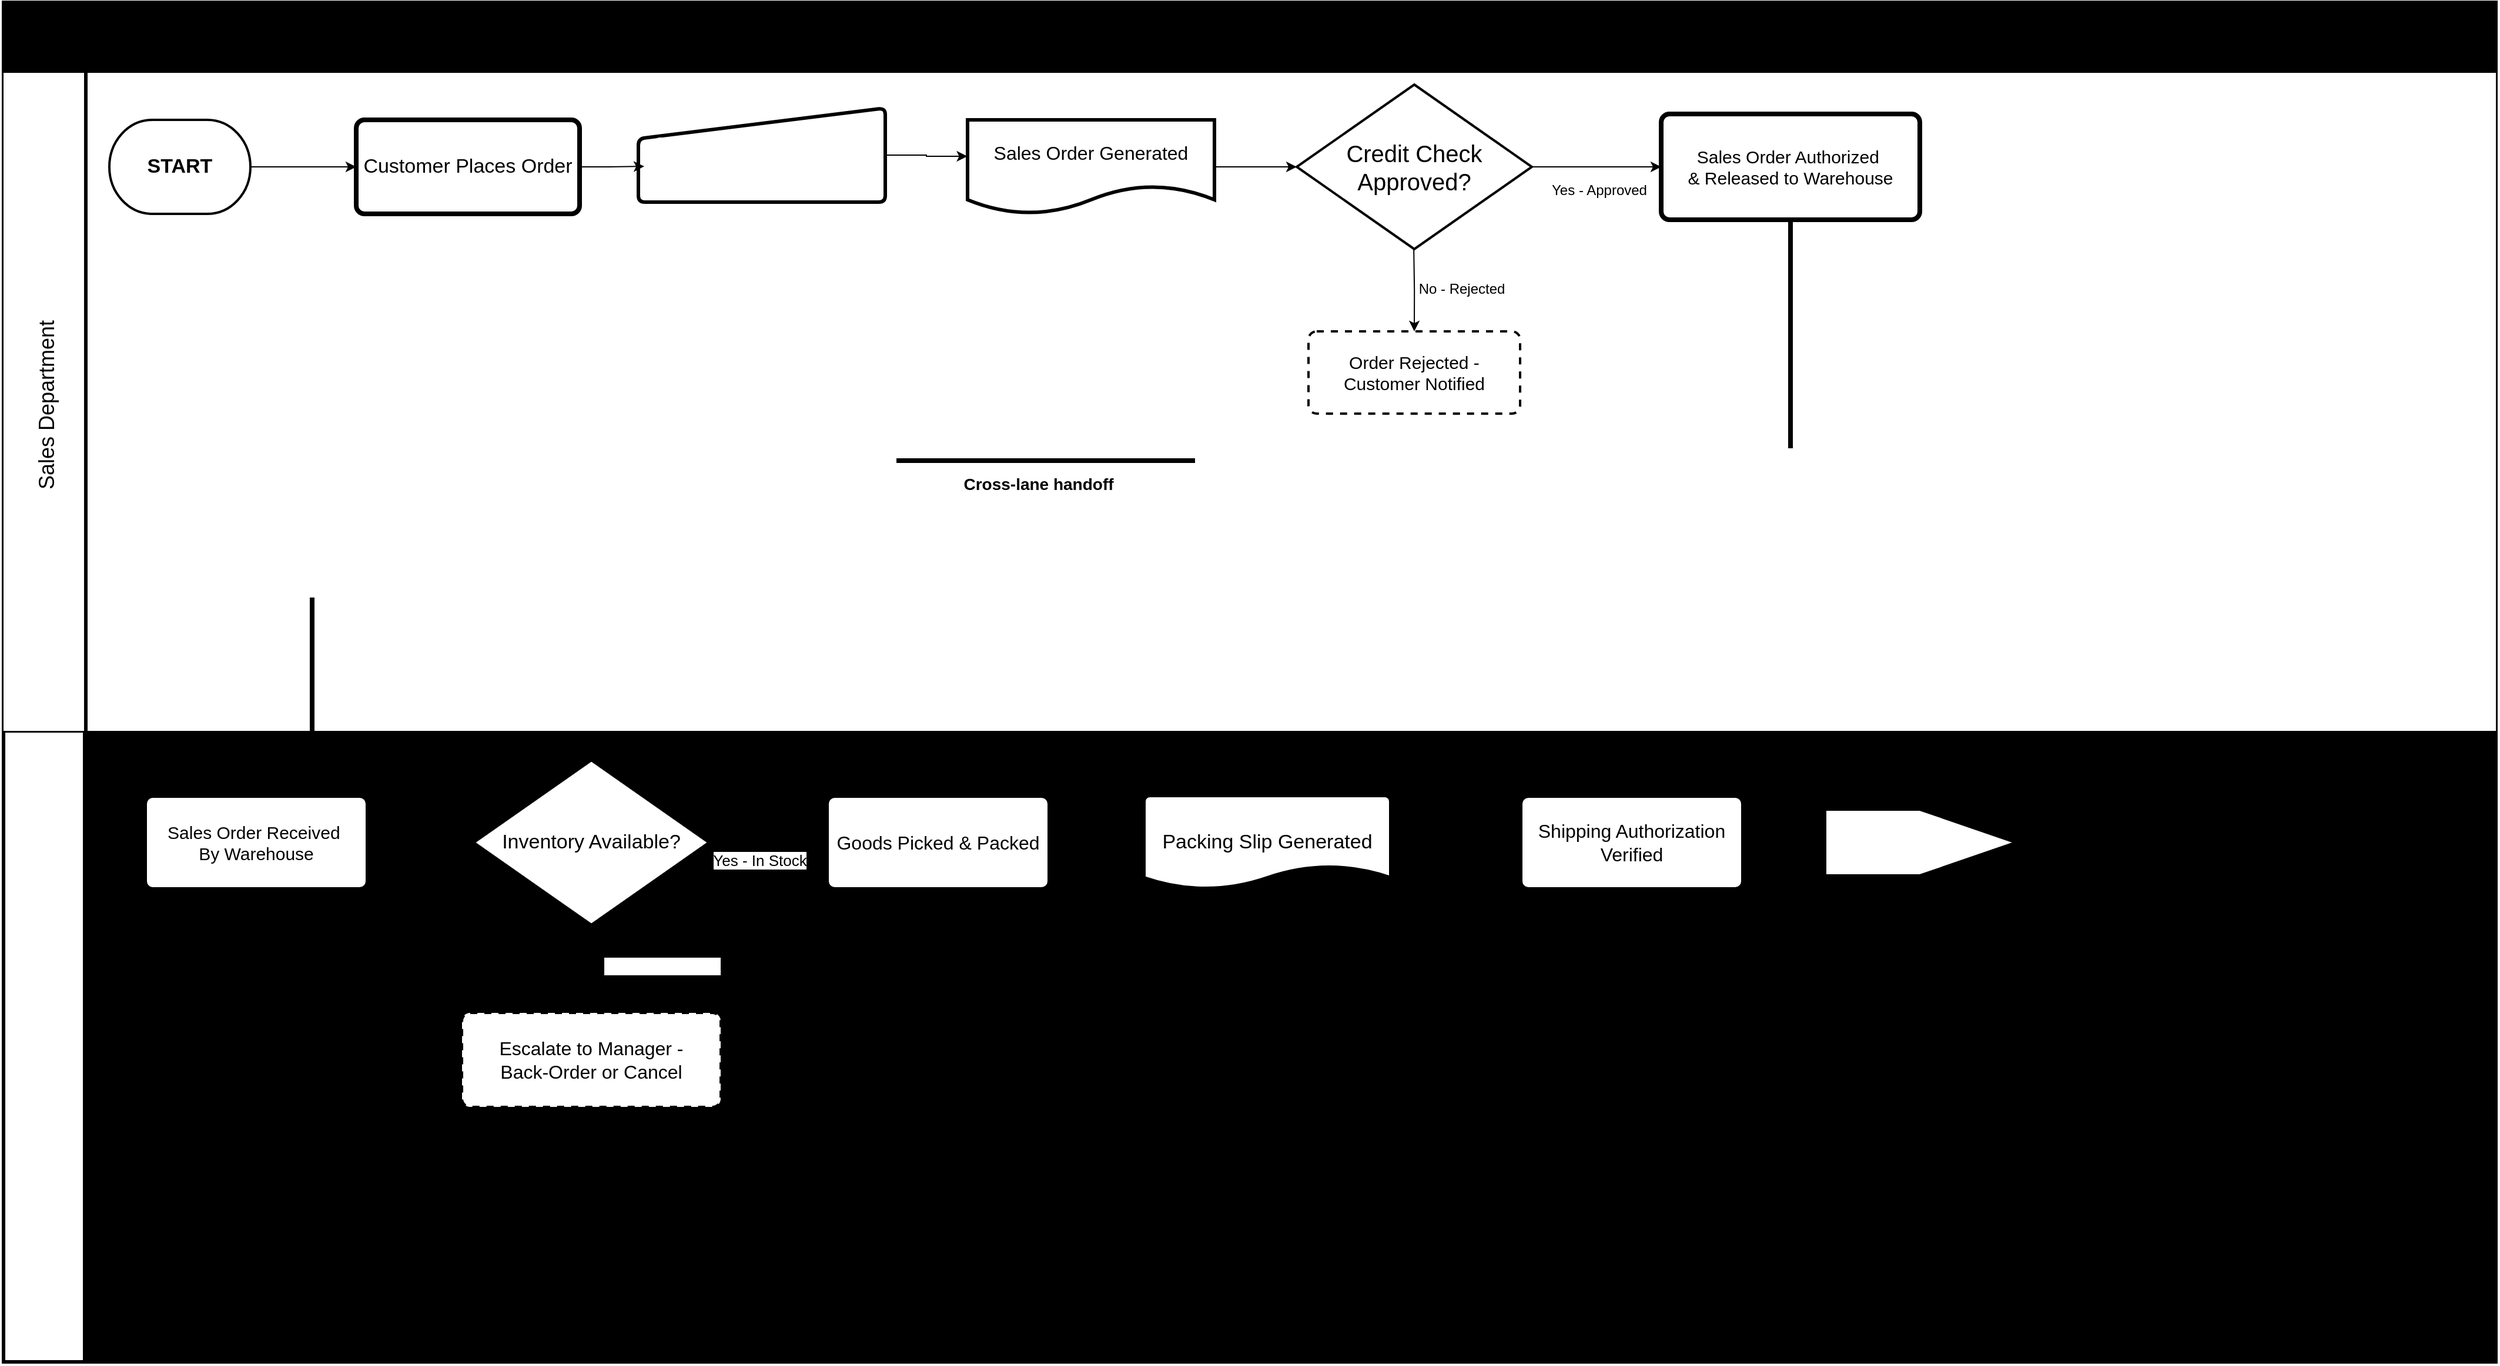
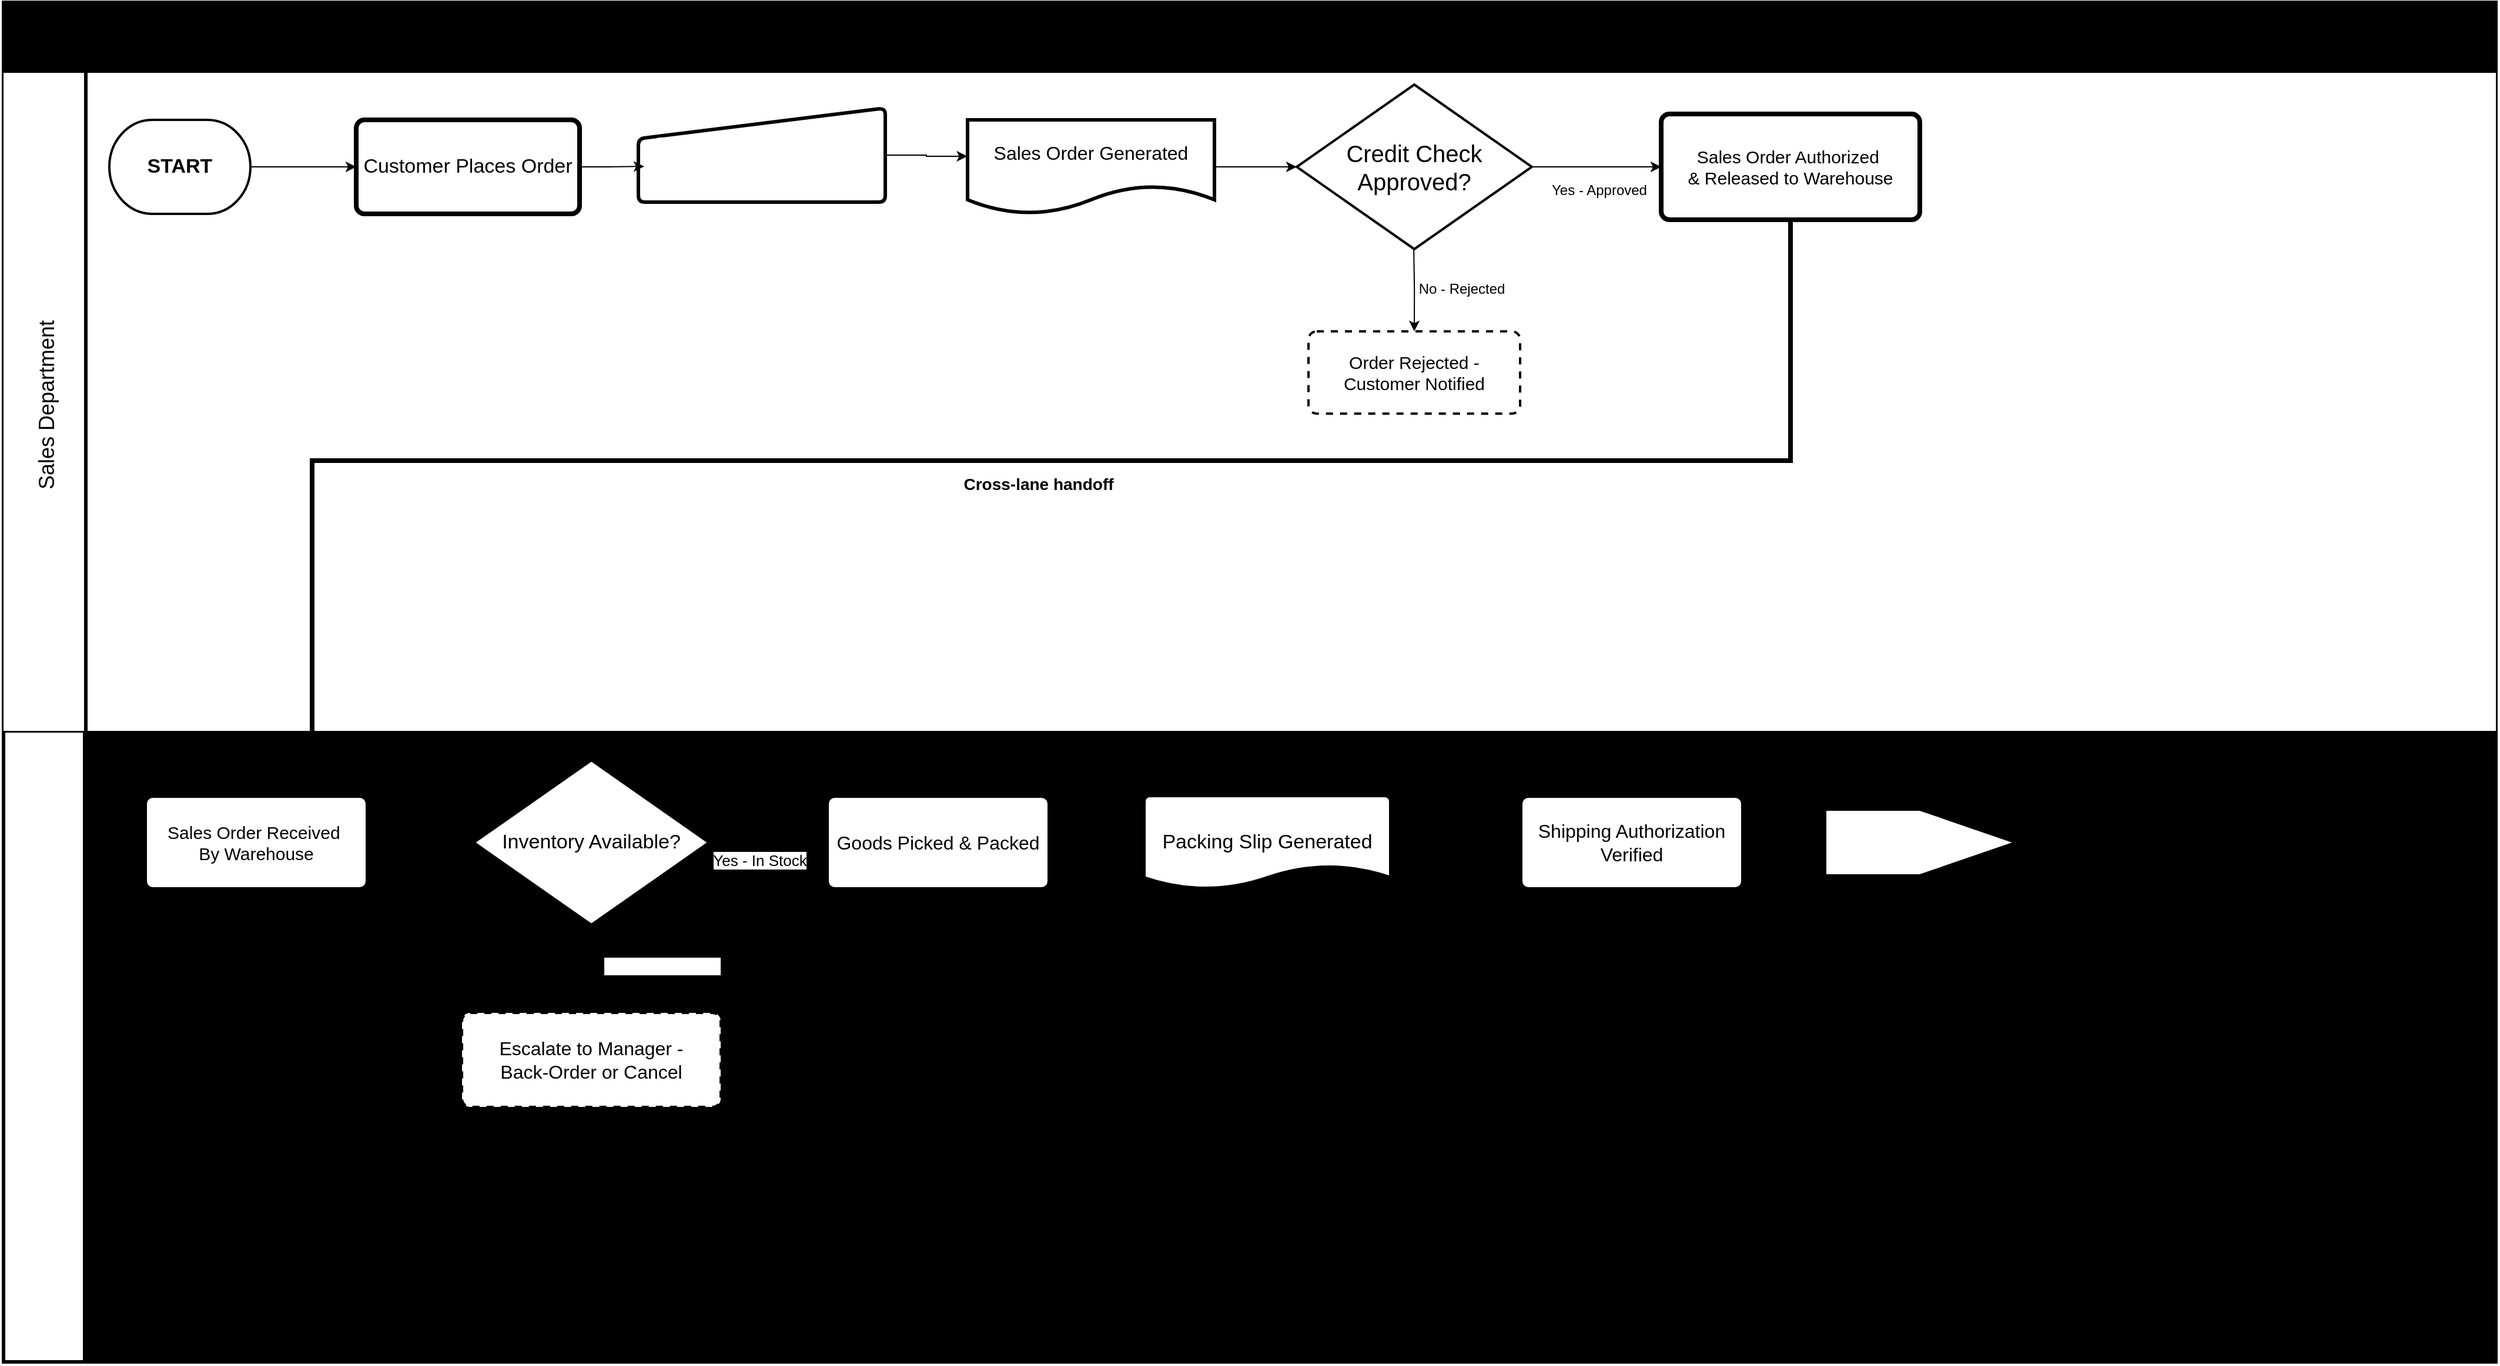
<mxfile host="app.diagrams.net" pages="2">
  <diagram name="Page-1" id="JuwPx92q4KAnNjeC5ImY">
    <mxGraphModel dx="9302" dy="6952" grid="1" gridSize="10" guides="1" tooltips="1" connect="1" arrows="1" fold="1" page="1" pageScale="1" pageWidth="1100" pageHeight="850" math="0" shadow="0">
      <root>
        <mxCell id="0" />
        <mxCell id="1" parent="0" />
        <mxCell id="NQ8u1UKUMeSrLokraIQ_-5" parent="1" style="shape=table;childLayout=tableLayout;startSize=60;collapsible=0;recursiveResize=0;expand=0;fontSize=23;fontColor=light-dark(#000000,#FF8000);fontStyle=1;labelBackgroundColor=none;labelBorderColor=none;fillColor=light-dark(#000000,#1A1A1A);strokeWidth=3;direction=east;perimeterSpacing=2;strokeColor=light-dark(#000000,#FFFFFF);" value="Kissena Bakery — Revenue Cycle (Order-to-Cash)" vertex="1">
          <mxGeometry height="1157" width="2120" x="-7660" y="-5930" as="geometry" />
        </mxCell>
        <mxCell id="NQ8u1UKUMeSrLokraIQ_-6" parent="NQ8u1UKUMeSrLokraIQ_-5" style="shape=tableRow;horizontal=0;swimlaneHead=0;swimlaneBody=0;top=0;left=0;strokeColor=inherit;bottom=0;right=0;dropTarget=0;fontStyle=0;fillColor=light-dark(#FFFFFF,#009900);points=[[0,0.5],[1,0.5]];portConstraint=eastwest;startSize=70;collapsible=0;recursiveResize=0;expand=0;fontSize=18;strokeWidth=3;labelBorderColor=none;rounded=0;swimlaneLine=1;swimlaneFillColor=light-dark(#FFFFFF,#000000);" value="Sales Department " vertex="1">
          <mxGeometry height="560" width="2120" y="60" as="geometry" />
        </mxCell>
        <mxCell id="NQ8u1UKUMeSrLokraIQ_-7" parent="NQ8u1UKUMeSrLokraIQ_-6" style="swimlane;swimlaneHead=0;swimlaneBody=0;fontStyle=0;strokeColor=inherit;connectable=0;fillColor=light-dark(transparent,#FFF4C3);startSize=0;collapsible=0;recursiveResize=0;expand=0;fontSize=16;fontColor=light-dark(#000000,#000000);strokeWidth=4;" value="" vertex="1">
          <mxGeometry height="560" width="2050" x="70" as="geometry">
            <mxRectangle height="560" width="2050" as="alternateBounds" />
          </mxGeometry>
        </mxCell>
        <mxCell id="NQ8u1UKUMeSrLokraIQ_-40" edge="1" parent="NQ8u1UKUMeSrLokraIQ_-7" source="NQ8u1UKUMeSrLokraIQ_-38" style="edgeStyle=orthogonalEdgeStyle;rounded=0;orthogonalLoop=1;jettySize=auto;html=1;exitX=1;exitY=0.5;exitDx=0;exitDy=0;exitPerimeter=0;entryX=0;entryY=0.5;entryDx=0;entryDy=0;" target="NQ8u1UKUMeSrLokraIQ_-39">
          <mxGeometry relative="1" as="geometry" />
        </mxCell>
        <mxCell id="NQ8u1UKUMeSrLokraIQ_-38" parent="NQ8u1UKUMeSrLokraIQ_-7" style="strokeWidth=2;html=1;shape=mxgraph.flowchart.terminator;whiteSpace=wrap;fillColor=light-dark(#FFFFFF,#99FF99);strokeColor=light-dark(#000000,#009900);" value="&lt;b&gt;&lt;font style=&quot;font-size: 17px; color: light-dark(rgb(0, 0, 0), rgb(0, 0, 0));&quot;&gt;START&lt;/font&gt;&lt;/b&gt;" vertex="1">
          <mxGeometry height="80" width="120" x="20" y="40" as="geometry" />
        </mxCell>
        <mxCell id="NQ8u1UKUMeSrLokraIQ_-39" parent="NQ8u1UKUMeSrLokraIQ_-7" style="rounded=1;whiteSpace=wrap;html=1;absoluteArcSize=1;arcSize=14;strokeWidth=4;fillColor=light-dark(#FFFFFF,#FFF2CC);strokeColor=light-dark(#000000,#6600CC);" value="&lt;font style=&quot;font-size: 17px; color: light-dark(rgb(0, 0, 0), rgb(0, 0, 0));&quot;&gt;Customer Places Order&lt;/font&gt;" vertex="1">
          <mxGeometry height="80" width="190" x="230" y="40" as="geometry" />
        </mxCell>
        <mxCell id="NQ8u1UKUMeSrLokraIQ_-42" parent="NQ8u1UKUMeSrLokraIQ_-7" style="html=1;strokeWidth=3;shape=manualInput;boundedLbl=1;whiteSpace=wrap;rounded=1;size=26;arcSize=11;fillColor=light-dark(#FFFFFF,#CCE5FF);strokeColor=light-dark(#000000,#3399FF);fontColor=light-dark(#000000,#000000);" value="&lt;font style=&quot;color: light-dark(rgb(255, 255, 255), rgb(0, 0, 0)); font-size: 16px;&quot;&gt;Order Details Entered into System&lt;/font&gt;" vertex="1">
          <mxGeometry height="80" width="210" x="470" y="30" as="geometry" />
        </mxCell>
        <mxCell id="NQ8u1UKUMeSrLokraIQ_-43" edge="1" parent="NQ8u1UKUMeSrLokraIQ_-7" source="NQ8u1UKUMeSrLokraIQ_-39" style="edgeStyle=orthogonalEdgeStyle;rounded=0;orthogonalLoop=1;jettySize=auto;html=1;exitX=1;exitY=0.5;exitDx=0;exitDy=0;entryX=0.024;entryY=0.62;entryDx=0;entryDy=0;entryPerimeter=0;endArrow=classic;endFill=1;" target="NQ8u1UKUMeSrLokraIQ_-42">
          <mxGeometry relative="1" as="geometry" />
        </mxCell>
        <mxCell id="NQ8u1UKUMeSrLokraIQ_-44" parent="NQ8u1UKUMeSrLokraIQ_-7" style="shape=document;whiteSpace=wrap;html=1;boundedLbl=1;fontFamily=Helvetica;fontSize=12;fontColor=light-dark(#000000,#000000);align=center;verticalAlign=middle;rounded=1;strokeColor=light-dark(#000000,#FF9933);strokeWidth=3;arcSize=11;fillColor=light-dark(#FFFFFF,#FFFF99);" value="&lt;font style=&quot;font-size: 16px;&quot;&gt;Sales Order Generated&lt;/font&gt;" vertex="1">
          <mxGeometry height="80" width="210" x="750" y="40" as="geometry" />
        </mxCell>
        <mxCell id="NQ8u1UKUMeSrLokraIQ_-45" edge="1" parent="NQ8u1UKUMeSrLokraIQ_-7" source="NQ8u1UKUMeSrLokraIQ_-42" style="edgeStyle=orthogonalEdgeStyle;rounded=0;orthogonalLoop=1;jettySize=auto;html=1;exitX=1;exitY=0.5;exitDx=0;exitDy=0;entryX=-0.001;entryY=0.388;entryDx=0;entryDy=0;entryPerimeter=0;" target="NQ8u1UKUMeSrLokraIQ_-44">
          <mxGeometry relative="1" as="geometry" />
        </mxCell>
        <mxCell id="NQ8u1UKUMeSrLokraIQ_-48" edge="1" parent="NQ8u1UKUMeSrLokraIQ_-7" style="edgeStyle=orthogonalEdgeStyle;rounded=0;orthogonalLoop=1;jettySize=auto;html=1;exitX=0.5;exitY=1;exitDx=0;exitDy=0;exitPerimeter=0;entryX=0.5;entryY=0;entryDx=0;entryDy=0;" target="NQ8u1UKUMeSrLokraIQ_-52">
          <mxGeometry relative="1" as="geometry">
            <mxPoint x="1129.57" y="150" as="sourcePoint" />
            <mxPoint x="1129.2842857142857" y="220" as="targetPoint" />
          </mxGeometry>
        </mxCell>
        <mxCell id="NQ8u1UKUMeSrLokraIQ_-50" connectable="0" parent="NQ8u1UKUMeSrLokraIQ_-48" style="edgeLabel;html=1;align=center;verticalAlign=middle;resizable=0;points=[];" value="&lt;font style=&quot;font-size: 12px; color: light-dark(rgb(0, 0, 0), rgb(255, 51, 51));&quot;&gt;No - Rejected&lt;/font&gt;" vertex="1">
          <mxGeometry relative="1" x="-0.0366" y="4" as="geometry">
            <mxPoint x="36" as="offset" />
          </mxGeometry>
        </mxCell>
        <mxCell id="NQ8u1UKUMeSrLokraIQ_-49" edge="1" parent="NQ8u1UKUMeSrLokraIQ_-7" source="NQ8u1UKUMeSrLokraIQ_-46" style="edgeStyle=orthogonalEdgeStyle;rounded=0;orthogonalLoop=1;jettySize=auto;html=1;exitX=1;exitY=0.5;exitDx=0;exitDy=0;exitPerimeter=0;entryX=0;entryY=0.5;entryDx=0;entryDy=0;" target="NQ8u1UKUMeSrLokraIQ_-53">
          <mxGeometry relative="1" as="geometry">
            <mxPoint x="1310" y="79.57142857142867" as="targetPoint" />
          </mxGeometry>
        </mxCell>
        <mxCell id="NQ8u1UKUMeSrLokraIQ_-51" connectable="0" parent="NQ8u1UKUMeSrLokraIQ_-49" style="edgeLabel;html=1;align=center;verticalAlign=middle;resizable=0;points=[];labelBackgroundColor=none;" value="&lt;font style=&quot;font-size: 12px; color: light-dark(rgb(0, 0, 0), rgb(0, 204, 0));&quot;&gt;Yes - Approved&lt;/font&gt;" vertex="1">
          <mxGeometry relative="1" x="-0.0053" y="-4" as="geometry">
            <mxPoint x="2" y="16" as="offset" />
          </mxGeometry>
        </mxCell>
        <mxCell id="NQ8u1UKUMeSrLokraIQ_-46" parent="NQ8u1UKUMeSrLokraIQ_-7" style="strokeWidth=2;html=1;shape=mxgraph.flowchart.decision;whiteSpace=wrap;fillColor=light-dark(#FFFFFF,#FF3333);strokeColor=light-dark(#000000,#990000);" value="&lt;font style=&quot;font-size: 20px;&quot;&gt;Credit Check Approved?&lt;/font&gt;" vertex="1">
          <mxGeometry height="140" width="200" x="1030" y="10" as="geometry" />
        </mxCell>
        <mxCell id="NQ8u1UKUMeSrLokraIQ_-47" edge="1" parent="NQ8u1UKUMeSrLokraIQ_-7" source="NQ8u1UKUMeSrLokraIQ_-44" style="edgeStyle=orthogonalEdgeStyle;rounded=0;orthogonalLoop=1;jettySize=auto;html=1;exitX=1;exitY=0.5;exitDx=0;exitDy=0;entryX=0;entryY=0.5;entryDx=0;entryDy=0;entryPerimeter=0;" target="NQ8u1UKUMeSrLokraIQ_-46">
          <mxGeometry relative="1" as="geometry" />
        </mxCell>
        <mxCell id="NQ8u1UKUMeSrLokraIQ_-52" parent="NQ8u1UKUMeSrLokraIQ_-7" style="rounded=1;whiteSpace=wrap;html=1;absoluteArcSize=1;arcSize=14;strokeWidth=2;dashed=1;fillColor=light-dark(#FFFFFF,#FF0000);strokeColor=light-dark(#000000,#FF6666);" value="&lt;font style=&quot;font-size: 15px;&quot;&gt;Order Rejected -&lt;/font&gt;&lt;div&gt;&lt;font style=&quot;font-size: 15px;&quot;&gt;Customer Notified&lt;/font&gt;&lt;/div&gt;" vertex="1">
          <mxGeometry height="70" width="180" x="1040" y="220" as="geometry" />
        </mxCell>
        <mxCell id="NQ8u1UKUMeSrLokraIQ_-53" parent="NQ8u1UKUMeSrLokraIQ_-7" style="rounded=1;whiteSpace=wrap;html=1;absoluteArcSize=1;arcSize=14;strokeWidth=4;fillColor=light-dark(#FFFFFF,#FFF2CC);strokeColor=light-dark(#000000,#6600CC);fontColor=default;align=center;verticalAlign=middle;fontFamily=Helvetica;fontSize=12;fontStyle=0;" value="&lt;font style=&quot;font-size: 15px; color: light-dark(rgb(0, 0, 0), rgb(0, 0, 0));&quot;&gt;Sales Order Authorized&amp;nbsp;&lt;/font&gt;&lt;div&gt;&lt;font style=&quot;font-size: 15px; color: light-dark(rgb(0, 0, 0), rgb(0, 0, 0));&quot;&gt;&amp;amp; Released to Warehouse&lt;/font&gt;&lt;/div&gt;" vertex="1">
          <mxGeometry height="90" width="220" x="1340" y="35" as="geometry" />
        </mxCell>
        <mxCell id="NQ8u1UKUMeSrLokraIQ_-10" parent="NQ8u1UKUMeSrLokraIQ_-5" style="shape=tableRow;horizontal=0;swimlaneHead=0;swimlaneBody=0;top=0;left=0;strokeColor=inherit;bottom=0;right=0;dropTarget=0;fontStyle=0;fillColor=light-dark(transparent,#007FFF);points=[[0,0.5],[1,0.5]];portConstraint=eastwest;startSize=70;collapsible=0;recursiveResize=0;expand=0;fontSize=19;strokeWidth=5;fontColor=light-dark(#FFFFFF,#FFFFFF);" value="Warehouse Department " vertex="1">
          <mxGeometry height="537" width="2120" y="620" as="geometry" />
        </mxCell>
        <mxCell id="NQ8u1UKUMeSrLokraIQ_-11" parent="NQ8u1UKUMeSrLokraIQ_-10" style="swimlane;swimlaneHead=0;swimlaneBody=0;fontStyle=0;connectable=0;strokeColor=inherit;fillColor=none;startSize=0;collapsible=0;recursiveResize=0;expand=0;fontSize=16;swimlaneFillColor=light-dark(#000000,#000000);strokeWidth=3;perimeterSpacing=0;gradientColor=none;" value="" vertex="1">
          <mxGeometry height="537" width="2050" x="70" as="geometry">
            <mxRectangle height="537" width="2050" as="alternateBounds" />
          </mxGeometry>
        </mxCell>
        <mxCell id="NQ8u1UKUMeSrLokraIQ_-56" parent="NQ8u1UKUMeSrLokraIQ_-11" style="rounded=1;whiteSpace=wrap;html=1;absoluteArcSize=1;arcSize=14;strokeWidth=4;strokeColor=light-dark(#000000,#6600CC);align=center;verticalAlign=middle;fontFamily=Helvetica;fontSize=15;fontColor=default;fillColor=light-dark(#FFFFFF,#FFF2CC);fontStyle=0;" value="&lt;span style=&quot;color: light-dark(rgb(0, 0, 0), rgb(0, 0, 0));&quot;&gt;Sales Order Received&amp;nbsp;&lt;/span&gt;&lt;div&gt;&lt;span style=&quot;color: light-dark(rgb(0, 0, 0), rgb(0, 0, 0));&quot;&gt;By Warehouse&lt;/span&gt;&lt;/div&gt;" vertex="1">
          <mxGeometry height="80" width="190" x="50" y="55" as="geometry" />
        </mxCell>
        <mxCell id="LMVtd4R09UDzkpf2iaQf-2" edge="1" parent="NQ8u1UKUMeSrLokraIQ_-11" source="NQ8u1UKUMeSrLokraIQ_-59" style="edgeStyle=orthogonalEdgeStyle;rounded=0;orthogonalLoop=1;jettySize=auto;html=1;exitX=1;exitY=0.5;exitDx=0;exitDy=0;exitPerimeter=0;entryX=0;entryY=0.5;entryDx=0;entryDy=0;" target="LMVtd4R09UDzkpf2iaQf-9">
          <mxGeometry relative="1" as="geometry">
            <mxPoint x="620" y="95.28571428571445" as="targetPoint" />
          </mxGeometry>
        </mxCell>
        <mxCell id="LMVtd4R09UDzkpf2iaQf-4" connectable="0" parent="LMVtd4R09UDzkpf2iaQf-2" style="edgeLabel;html=1;align=center;verticalAlign=middle;resizable=0;points=[];fontSize=13;" value="&lt;span style=&quot;color: light-dark(rgb(0, 0, 0), rgb(51, 255, 51));&quot;&gt;Yes - In Stock&lt;/span&gt;" vertex="1">
          <mxGeometry relative="1" x="-0.2152" y="-3" as="geometry">
            <mxPoint x="4" y="12" as="offset" />
          </mxGeometry>
        </mxCell>
        <mxCell id="LMVtd4R09UDzkpf2iaQf-3" edge="1" parent="NQ8u1UKUMeSrLokraIQ_-11" source="LMVtd4R09UDzkpf2iaQf-6" style="edgeStyle=orthogonalEdgeStyle;rounded=0;orthogonalLoop=1;jettySize=auto;html=1;exitX=0.5;exitY=0;exitDx=0;exitDy=0;entryX=0.5;entryY=0;entryDx=0;entryDy=0;" target="LMVtd4R09UDzkpf2iaQf-6">
          <mxGeometry relative="1" as="geometry">
            <mxPoint x="429.7142857142858" y="230" as="targetPoint" />
          </mxGeometry>
        </mxCell>
        <mxCell id="LMVtd4R09UDzkpf2iaQf-5" connectable="0" parent="LMVtd4R09UDzkpf2iaQf-3" style="edgeLabel;html=1;align=center;verticalAlign=middle;resizable=0;points=[];fontSize=13;" value="&lt;span style=&quot;color: light-dark(rgb(255, 255, 255), rgb(255, 0, 0));&quot;&gt;No - Out of Stock&lt;/span&gt;" vertex="1">
          <mxGeometry relative="1" x="-0.116" y="-2" as="geometry">
            <mxPoint x="60" y="-40" as="offset" />
          </mxGeometry>
        </mxCell>
        <mxCell id="LMVtd4R09UDzkpf2iaQf-8" edge="1" parent="NQ8u1UKUMeSrLokraIQ_-11" source="NQ8u1UKUMeSrLokraIQ_-59" style="edgeStyle=orthogonalEdgeStyle;rounded=0;orthogonalLoop=1;jettySize=auto;html=1;exitX=0.5;exitY=1;exitDx=0;exitDy=0;exitPerimeter=0;entryX=0.5;entryY=0;entryDx=0;entryDy=0;" target="LMVtd4R09UDzkpf2iaQf-6">
          <mxGeometry relative="1" as="geometry" />
        </mxCell>
        <mxCell id="NQ8u1UKUMeSrLokraIQ_-59" parent="NQ8u1UKUMeSrLokraIQ_-11" style="strokeWidth=2;html=1;shape=mxgraph.flowchart.decision;whiteSpace=wrap;strokeColor=light-dark(#000000,#990000);align=center;verticalAlign=middle;fontFamily=Helvetica;fontSize=12;fontColor=default;fillColor=light-dark(#FFFFFF,#FF3333);fontStyle=0;" value="&lt;font style=&quot;font-size: 17px;&quot;&gt;Inventory Available?&lt;/font&gt;" vertex="1">
          <mxGeometry height="140" width="200" x="330" y="25" as="geometry" />
        </mxCell>
        <mxCell id="LMVtd4R09UDzkpf2iaQf-1" edge="1" parent="NQ8u1UKUMeSrLokraIQ_-11" source="NQ8u1UKUMeSrLokraIQ_-56" style="edgeStyle=orthogonalEdgeStyle;rounded=0;orthogonalLoop=1;jettySize=auto;html=1;exitX=1;exitY=0.5;exitDx=0;exitDy=0;entryX=0;entryY=0.5;entryDx=0;entryDy=0;entryPerimeter=0;" target="NQ8u1UKUMeSrLokraIQ_-59">
          <mxGeometry relative="1" as="geometry" />
        </mxCell>
        <mxCell id="LMVtd4R09UDzkpf2iaQf-6" parent="NQ8u1UKUMeSrLokraIQ_-11" style="rounded=1;whiteSpace=wrap;html=1;absoluteArcSize=1;arcSize=14;strokeWidth=2;dashed=1;strokeColor=light-dark(#000000,#FF6666);align=center;verticalAlign=middle;fontFamily=Helvetica;fontSize=12;fontColor=default;fillColor=light-dark(#FFFFFF,#FF0000);" value="&lt;font style=&quot;font-size: 16px;&quot;&gt;Escalate to Manager -&lt;/font&gt;&lt;div&gt;&lt;font style=&quot;font-size: 16px;&quot;&gt;Back-Order or Cancel&lt;/font&gt;&lt;/div&gt;" vertex="1">
          <mxGeometry height="80" width="220" x="320" y="240" as="geometry" />
        </mxCell>
        <mxCell id="LMVtd4R09UDzkpf2iaQf-9" parent="NQ8u1UKUMeSrLokraIQ_-11" style="rounded=1;whiteSpace=wrap;html=1;absoluteArcSize=1;arcSize=14;strokeWidth=4;strokeColor=light-dark(#000000,#6600CC);align=center;verticalAlign=middle;fontFamily=Helvetica;fontSize=15;fontColor=default;fontStyle=0;fillColor=light-dark(#FFFFFF,#FFF2CC);" value="&lt;font style=&quot;font-size: 16px; color: light-dark(rgb(0, 0, 0), rgb(0, 0, 0));&quot;&gt;Goods Picked &amp;amp; Packed&lt;/font&gt;" vertex="1">
          <mxGeometry height="80" width="190" x="630" y="55" as="geometry" />
        </mxCell>
        <mxCell id="LMVtd4R09UDzkpf2iaQf-14" edge="1" parent="NQ8u1UKUMeSrLokraIQ_-11" source="LMVtd4R09UDzkpf2iaQf-11" style="edgeStyle=orthogonalEdgeStyle;rounded=0;orthogonalLoop=1;jettySize=auto;html=1;exitX=1;exitY=0.5;exitDx=0;exitDy=0;exitPerimeter=0;entryX=0;entryY=0.5;entryDx=0;entryDy=0;" target="LMVtd4R09UDzkpf2iaQf-13">
          <mxGeometry relative="1" as="geometry" />
        </mxCell>
        <mxCell id="LMVtd4R09UDzkpf2iaQf-11" parent="NQ8u1UKUMeSrLokraIQ_-11" style="strokeWidth=3;html=1;shape=mxgraph.flowchart.document2;whiteSpace=wrap;size=0.25;rounded=1;strokeColor=light-dark(#000000,#FF9933);align=center;verticalAlign=middle;arcSize=11;fontFamily=Helvetica;fontSize=12;fontColor=light-dark(#000000,#000000);fillColor=light-dark(#FFFFFF,#FFFF99);fontStyle=0;" value="&lt;font style=&quot;font-size: 17px;&quot;&gt;Packing Slip Generated&lt;/font&gt;" vertex="1">
          <mxGeometry height="80" width="210" x="900" y="55" as="geometry" />
        </mxCell>
        <mxCell id="LMVtd4R09UDzkpf2iaQf-12" edge="1" parent="NQ8u1UKUMeSrLokraIQ_-11" source="LMVtd4R09UDzkpf2iaQf-9" style="edgeStyle=orthogonalEdgeStyle;rounded=0;orthogonalLoop=1;jettySize=auto;html=1;exitX=1;exitY=0.5;exitDx=0;exitDy=0;entryX=0;entryY=0.5;entryDx=0;entryDy=0;entryPerimeter=0;" target="LMVtd4R09UDzkpf2iaQf-11">
          <mxGeometry relative="1" as="geometry" />
        </mxCell>
        <mxCell id="LMVtd4R09UDzkpf2iaQf-18" edge="1" parent="NQ8u1UKUMeSrLokraIQ_-11" source="LMVtd4R09UDzkpf2iaQf-13" style="edgeStyle=orthogonalEdgeStyle;rounded=0;orthogonalLoop=1;jettySize=auto;html=1;exitX=1;exitY=0.5;exitDx=0;exitDy=0;entryX=0.5;entryY=0;entryDx=0;entryDy=0;" target="LMVtd4R09UDzkpf2iaQf-15">
          <mxGeometry relative="1" as="geometry" />
        </mxCell>
        <mxCell id="LMVtd4R09UDzkpf2iaQf-13" parent="NQ8u1UKUMeSrLokraIQ_-11" style="rounded=1;whiteSpace=wrap;html=1;absoluteArcSize=1;arcSize=14;strokeWidth=4;strokeColor=light-dark(#000000,#6600CC);align=center;verticalAlign=middle;fontFamily=Helvetica;fontSize=15;fontColor=default;fontStyle=0;fillColor=light-dark(#FFFFFF,#FFF2CC);" value="&lt;font style=&quot;font-size: 16px; color: light-dark(rgb(0, 0, 0), rgb(0, 0, 0));&quot;&gt;Shipping Authorization Verified&lt;/font&gt;" vertex="1">
          <mxGeometry height="80" width="190" x="1220" y="55" as="geometry" />
        </mxCell>
        <mxCell id="LMVtd4R09UDzkpf2iaQf-15" parent="NQ8u1UKUMeSrLokraIQ_-11" style="verticalLabelPosition=bottom;verticalAlign=top;html=1;shape=offPageConnector;rounded=0;size=0.5;direction=north;" value="&lt;font style=&quot;font-size: 14px; color: light-dark(rgb(0, 0, 0), rgb(0, 127, 255));&quot;&gt;--&amp;gt; Continued Page 2&lt;/font&gt;" vertex="1">
          <mxGeometry height="55" width="160" x="1480" y="67.5" as="geometry" />
        </mxCell>
        <mxCell id="NQ8u1UKUMeSrLokraIQ_-57" edge="1" parent="NQ8u1UKUMeSrLokraIQ_-5" source="NQ8u1UKUMeSrLokraIQ_-53" style="edgeStyle=orthogonalEdgeStyle;rounded=0;orthogonalLoop=1;jettySize=auto;html=1;exitX=0.5;exitY=1;exitDx=0;exitDy=0;entryX=0.75;entryY=0;entryDx=0;entryDy=0;fontColor=light-dark(#000000,#00CC00);strokeWidth=4;strokeColor=light-dark(#000000,#00FF00);" target="NQ8u1UKUMeSrLokraIQ_-56">
          <mxGeometry relative="1" as="geometry">
            <Array as="points">
              <mxPoint x="1520" y="390" />
              <mxPoint x="262" y="390" />
            </Array>
          </mxGeometry>
        </mxCell>
        <mxCell id="IQ0tzG178icWLvpFkpBK-1" connectable="0" parent="NQ8u1UKUMeSrLokraIQ_-57" style="edgeLabel;html=1;align=center;verticalAlign=middle;resizable=0;points=[];fontSize=14;fontStyle=1" value="&lt;font&gt;Cross-lane hando&lt;/font&gt;ff" vertex="1">
          <mxGeometry relative="1" x="0.1582" y="5" as="geometry">
            <mxPoint x="167" y="15" as="offset" />
          </mxGeometry>
        </mxCell>
      </root>
    </mxGraphModel>
  </diagram>
  <diagram id="Lt2uOAXinN6M3lQ1_bZ1" name="Page 2">
    <mxGraphModel dx="961" dy="601" grid="1" gridSize="10" guides="1" tooltips="1" connect="1" arrows="1" fold="1" page="1" pageScale="1" pageWidth="1100" pageHeight="850" math="0" shadow="0">
      <root>
        <mxCell id="0" />
        <mxCell id="1" parent="0" />
        <mxCell id="kTi92M1A_U-DH4yxQuNy-5" parent="1" style="swimlane;startSize=40;horizontal=0;html=1;fillColor=light-dark(#FFFFFF,#007FFF);swimlaneFillColor=default;" value="&lt;font style=&quot;font-weight: normal; font-size: 14px;&quot;&gt;Warehouse Department&lt;/font&gt;" vertex="1">
          <mxGeometry height="210" width="1050" x="20" y="20" as="geometry" />
        </mxCell>
        <mxCell id="Q23-AGLQl7H3DGw6xpkb-1" edge="1" parent="kTi92M1A_U-DH4yxQuNy-5" source="NPYen-UkyxPZtTwgnnEa-1" style="edgeStyle=orthogonalEdgeStyle;rounded=0;orthogonalLoop=1;jettySize=auto;html=1;exitX=0.5;exitY=1;exitDx=0;exitDy=0;entryX=0;entryY=0.5;entryDx=0;entryDy=0;" target="NPYen-UkyxPZtTwgnnEa-2">
          <mxGeometry relative="1" as="geometry" />
        </mxCell>
        <mxCell id="NPYen-UkyxPZtTwgnnEa-1" parent="kTi92M1A_U-DH4yxQuNy-5" style="verticalLabelPosition=bottom;verticalAlign=top;html=1;shape=offPageConnector;rounded=0;size=0.5;direction=north;" value="&lt;font style=&quot;font-size: 14px; color: light-dark(rgb(0, 0, 0), rgb(0, 127, 255));&quot;&gt;--&amp;gt; Continued Page 2&lt;/font&gt;" vertex="1">
          <mxGeometry height="40" width="130" x="90" y="20" as="geometry" />
        </mxCell>
        <mxCell id="NPYen-UkyxPZtTwgnnEa-2" parent="kTi92M1A_U-DH4yxQuNy-5" style="rounded=1;whiteSpace=wrap;html=1;absoluteArcSize=1;arcSize=14;strokeWidth=4;strokeColor=light-dark(#000000,#6600CC);align=center;verticalAlign=middle;fontFamily=Helvetica;fontSize=15;fontColor=default;fontStyle=0;fillColor=light-dark(#FFFFFF,#FFF2CC);" value="&lt;font style=&quot;font-size: 14px; color: light-dark(rgb(0, 0, 0), rgb(0, 0, 0));&quot;&gt;Goods Dispatched to Customer&lt;/font&gt;" vertex="1">
          <mxGeometry height="60" width="150" x="280" y="10" as="geometry" />
        </mxCell>
        <mxCell id="Q23-AGLQl7H3DGw6xpkb-2" parent="1" style="swimlane;startSize=40;horizontal=0;html=1;fillColor=light-dark(#FFFFFF,#FF8000);swimlaneFillColor=default;" value="&lt;font style=&quot;font-weight: normal; font-size: 15px;&quot; face=&quot;Helvetica&quot;&gt;Billing / Accounts Receivables&lt;/font&gt;" vertex="1">
          <mxGeometry height="360" width="1050" x="20" y="230" as="geometry" />
        </mxCell>
        <mxCell id="5P1QN_EPi-tn_8BwxDes-1" edge="1" parent="Q23-AGLQl7H3DGw6xpkb-2" source="-tiwl1B9BAxMId6FkL8K-1" style="edgeStyle=orthogonalEdgeStyle;rounded=0;orthogonalLoop=1;jettySize=auto;html=1;exitX=1;exitY=0.5;exitDx=0;exitDy=0;entryX=0;entryY=0.5;entryDx=0;entryDy=0;" target="vwQHe1awzj-yPzFbZgBH-1">
          <mxGeometry relative="1" as="geometry" />
        </mxCell>
        <mxCell id="-tiwl1B9BAxMId6FkL8K-1" parent="Q23-AGLQl7H3DGw6xpkb-2" style="rounded=1;whiteSpace=wrap;html=1;absoluteArcSize=1;arcSize=14;strokeWidth=4;strokeColor=light-dark(#000000,#6600CC);align=center;verticalAlign=middle;fontFamily=Helvetica;fontSize=15;fontColor=default;fontStyle=0;fillColor=light-dark(#FFFFFF,#FFF2CC);" value="&lt;span style=&quot;color: light-dark(rgb(0, 0, 0), rgb(0, 0, 0));&quot;&gt;&lt;font style=&quot;font-size: 13px;&quot;&gt;Dispatch Confirmation Received&lt;/font&gt;&lt;/span&gt;" vertex="1">
          <mxGeometry height="60" width="150" x="90" y="20" as="geometry" />
        </mxCell>
        <mxCell id="5P1QN_EPi-tn_8BwxDes-3" edge="1" parent="Q23-AGLQl7H3DGw6xpkb-2" source="vwQHe1awzj-yPzFbZgBH-1" style="edgeStyle=orthogonalEdgeStyle;rounded=0;orthogonalLoop=1;jettySize=auto;html=1;exitX=1;exitY=0.5;exitDx=0;exitDy=0;entryX=0;entryY=0.5;entryDx=0;entryDy=0;" target="5P1QN_EPi-tn_8BwxDes-2" value="Customer&lt;div&gt;Remits Payment&lt;/div&gt;">
          <mxGeometry relative="1" y="-30" as="geometry">
            <mxPoint as="offset" />
          </mxGeometry>
        </mxCell>
        <mxCell id="vwQHe1awzj-yPzFbZgBH-1" parent="Q23-AGLQl7H3DGw6xpkb-2" style="shape=document;whiteSpace=wrap;html=1;boundedLbl=1;rounded=1;strokeColor=light-dark(#000000,#FF9933);strokeWidth=3;align=center;verticalAlign=middle;arcSize=11;fontFamily=Helvetica;fontSize=12;fontColor=light-dark(#000000,#000000);fontStyle=0;fillColor=light-dark(#FFFFFF,#FFFF99);" value="Invoice&lt;div&gt;Generated &amp;amp; Sent to Customer&lt;/div&gt;" vertex="1">
          <mxGeometry height="60" width="150" x="290" y="20" as="geometry" />
        </mxCell>
        <mxCell id="5P1QN_EPi-tn_8BwxDes-5" edge="1" parent="Q23-AGLQl7H3DGw6xpkb-2" source="5P1QN_EPi-tn_8BwxDes-2" style="edgeStyle=orthogonalEdgeStyle;rounded=0;orthogonalLoop=1;jettySize=auto;html=1;exitX=1;exitY=0.5;exitDx=0;exitDy=0;entryX=0;entryY=0.5;entryDx=0;entryDy=0;" target="5P1QN_EPi-tn_8BwxDes-4">
          <mxGeometry relative="1" as="geometry" />
        </mxCell>
        <mxCell id="5P1QN_EPi-tn_8BwxDes-2" parent="Q23-AGLQl7H3DGw6xpkb-2" style="rounded=1;whiteSpace=wrap;html=1;absoluteArcSize=1;arcSize=14;strokeWidth=4;strokeColor=light-dark(#000000,#6600CC);align=center;verticalAlign=middle;fontFamily=Helvetica;fontSize=15;fontColor=default;fontStyle=0;fillColor=light-dark(#FFFFFF,#FFF2CC);" value="&lt;span style=&quot;color: light-dark(rgb(0, 0, 0), rgb(0, 0, 0));&quot;&gt;&lt;font style=&quot;font-size: 13px;&quot;&gt;Payment Received&amp;nbsp;&lt;/font&gt;&lt;/span&gt;&lt;div&gt;&lt;span style=&quot;color: light-dark(rgb(0, 0, 0), rgb(0, 0, 0));&quot;&gt;&lt;font style=&quot;font-size: 13px;&quot;&gt;from Custome&lt;/font&gt;&lt;/span&gt;r&lt;/div&gt;" vertex="1">
          <mxGeometry height="60" width="150" x="580" y="20" as="geometry" />
        </mxCell>
-         <mxCell id="5P1QN_EPi-tn_8BwxDes-4" parent="Q23-AGLQl7H3DGw6xpkb-2" style="shape=document;whiteSpace=wrap;html=1;boundedLbl=1;rounded=1;strokeColor=light-dark(#000000,#FF9933);strokeWidth=3;align=center;verticalAlign=middle;arcSize=11;fontFamily=Helvetica;fontSize=12;fontColor=light-dark(#000000,#000000);fontStyle=0;fillColor=light-dark(#FFFFFF,#FFFF99);" value="Remittance Advise Recorded" vertex="1">
+         <mxCell id="5P1QN_EPi-tn_8BwxDes-7" edge="1" parent="Q23-AGLQl7H3DGw6xpkb-2" source="5P1QN_EPi-tn_8BwxDes-4" style="edgeStyle=orthogonalEdgeStyle;rounded=0;orthogonalLoop=1;jettySize=auto;html=1;exitX=1;exitY=0.5;exitDx=0;exitDy=0;entryX=0.5;entryY=0;entryDx=0;entryDy=0;" target="5P1QN_EPi-tn_8BwxDes-6">
+           <mxGeometry relative="1" as="geometry" />
+         </mxCell>
+         <mxCell id="5P1QN_EPi-tn_8BwxDes-4" parent="Q23-AGLQl7H3DGw6xpkb-2" style="shape=document;whiteSpace=wrap;html=1;boundedLbl=1;rounded=1;strokeColor=light-dark(#000000,#FF9933);strokeWidth=3;align=center;verticalAlign=middle;arcSize=11;fontFamily=Helvetica;fontSize=12;fontColor=light-dark(#000000,#000000);fontStyle=0;fillColor=light-dark(#FFFFFF,#FFFF99);" value="Remittance Advice Recorded" vertex="1">
          <mxGeometry height="60" width="150" x="790" y="20" as="geometry" />
+         </mxCell>
+         <mxCell id="5P1QN_EPi-tn_8BwxDes-6" parent="Q23-AGLQl7H3DGw6xpkb-2" style="rounded=1;whiteSpace=wrap;html=1;absoluteArcSize=1;arcSize=14;strokeWidth=4;strokeColor=light-dark(#000000,#6600CC);align=center;verticalAlign=middle;fontFamily=Helvetica;fontSize=15;fontColor=default;fontStyle=0;fillColor=light-dark(#FFFFFF,#FFF2CC);" value="&lt;span style=&quot;color: light-dark(rgb(0, 0, 0), rgb(0, 0, 0));&quot;&gt;&lt;font style=&quot;font-size: 13px;&quot;&gt;Cash Posted to&lt;/font&gt;&lt;/span&gt;&lt;div&gt;&lt;span style=&quot;color: light-dark(rgb(0, 0, 0), rgb(0, 0, 0));&quot;&gt;&lt;font style=&quot;font-size: 13px;&quot;&gt;Accounts Receivable&lt;/font&gt;&lt;/span&gt;&lt;/div&gt;" vertex="1">
+           <mxGeometry height="60" width="150" x="790" y="135" as="geometry" />
+         </mxCell>
+         <mxCell id="pnxXu6MxQI3tOAhWDz76-1" parent="Q23-AGLQl7H3DGw6xpkb-2" style="strokeWidth=2;html=1;shape=mxgraph.flowchart.terminator;whiteSpace=wrap;fillColor=light-dark(#FFFFFF,#660000);strokeColor=light-dark(#000000,#FF3333);fontColor=light-dark(#000000,#FFFFFF);" value="&lt;b&gt;&lt;font style=&quot;font-size: 17px;&quot;&gt;END&lt;/font&gt;&lt;/b&gt;" vertex="1">
+           <mxGeometry height="55" width="110" x="620" y="137.5" as="geometry" />
+         </mxCell>
+         <mxCell id="XqjTC3t3q82YhYZP8cEi-1" edge="1" parent="Q23-AGLQl7H3DGw6xpkb-2" source="5P1QN_EPi-tn_8BwxDes-6" style="edgeStyle=orthogonalEdgeStyle;rounded=0;orthogonalLoop=1;jettySize=auto;html=1;exitX=0;exitY=0.5;exitDx=0;exitDy=0;entryX=1;entryY=0.5;entryDx=0;entryDy=0;entryPerimeter=0;" target="pnxXu6MxQI3tOAhWDz76-1">
+           <mxGeometry relative="1" as="geometry" />
        </mxCell>
        <mxCell id="xOJxT5fjYgac6r_nMEQC-1" edge="1" parent="1" source="NPYen-UkyxPZtTwgnnEa-2" style="edgeStyle=orthogonalEdgeStyle;rounded=0;orthogonalLoop=1;jettySize=auto;html=1;exitX=0.5;exitY=1;exitDx=0;exitDy=0;entryX=0.5;entryY=0;entryDx=0;entryDy=0;strokeColor=light-dark(#000000,#33FF33);strokeWidth=3;" target="-tiwl1B9BAxMId6FkL8K-1">
          <mxGeometry relative="1" as="geometry" />
        </mxCell>
      </root>
    </mxGraphModel>
  </diagram>
</mxfile>
